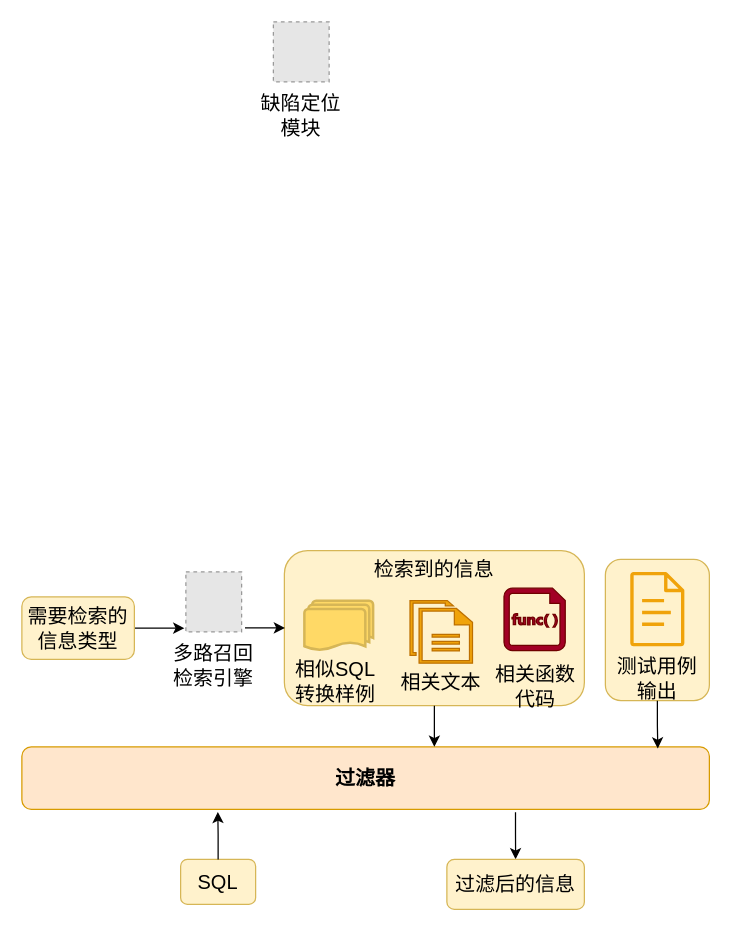
The draw.io diagram drawioFile/filter.drawio in Olive-2019/drawio-source, before the edit. Source tidied: cells renumbered, new cells numbered last; positions are measured from the earlier drawing's top-left corner, leaving out a move shared by most shapes. Both pictures are drawn from the tidied source at 125%, with x=0, y=0 at pixel (21, 21). Pictures stored in the file or linked from it are replaced by grey dashed boxes.
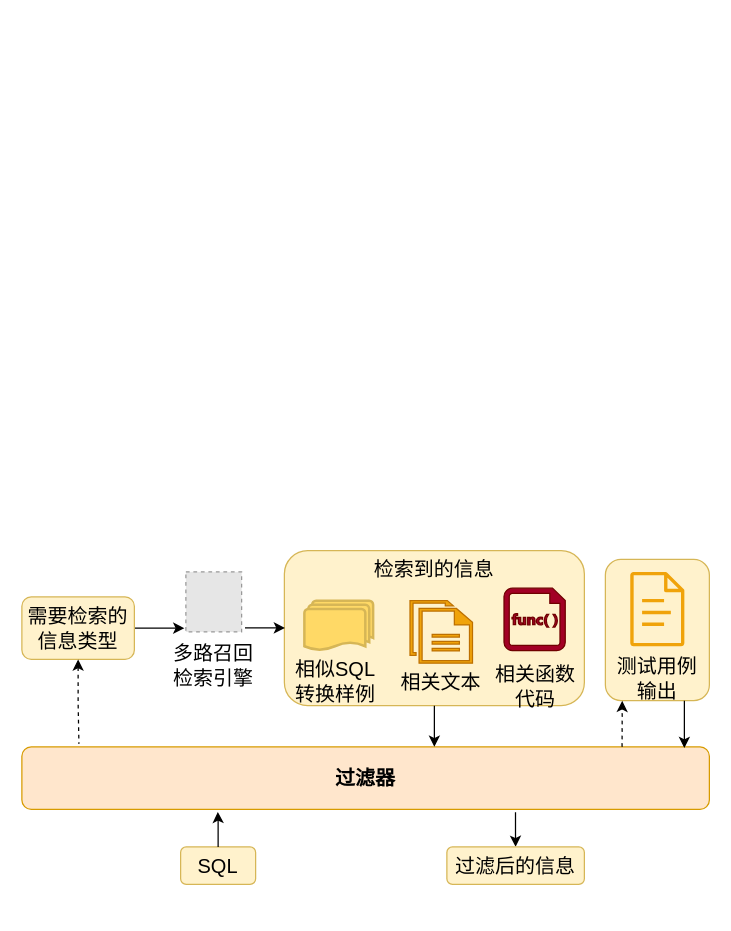
After the change.

Unchanged cells that the change refers to:
```xml
<mxCell id="2" style="rounded=1;whiteSpace=wrap;html=1;fillColor=#fff2cc;strokeColor=#d6b656;" parent="1" vertex="1">
  <mxGeometry x="466.8" y="430" width="83.2" height="113" as="geometry" />
</mxCell>
<mxCell id="7" value="过滤器" style="rounded=1;whiteSpace=wrap;html=1;fontSize=16;fillColor=#ffe6cc;strokeColor=#d79b00;fontStyle=1;" parent="1" vertex="1">
  <mxGeometry y="580" width="550" height="50" as="geometry" />
</mxCell>
<mxCell id="13" value="&lt;font size=&quot;3&quot;&gt;需要检索的信息类型&lt;/font&gt;" style="rounded=1;whiteSpace=wrap;html=1;fillColor=#fff2cc;strokeColor=#d6b656;" parent="1" vertex="1">
  <mxGeometry y="460" width="90" height="50" as="geometry" />
</mxCell>
<mxCell id="27" value="测试用例&lt;div&gt;输出&lt;/div&gt;" style="text;html=1;align=center;verticalAlign=middle;whiteSpace=wrap;rounded=0;fontSize=16;" parent="1" vertex="1">
  <mxGeometry x="471.9" y="510" width="73" height="30" as="geometry" />
</mxCell>
```

Diff of the diagram source:
```diff
@@
-    <mxCell id="8" style="group;strokeColor=none;dashed=1;strokeWidth=2;" parent="1" vertex="1">
-      <mxGeometry x="190" width="67" height="90" as="geometry" />
-    </mxCell>
-    <mxCell id="9" style="fillColor=#E6E6E6;strokeColor=#999999;dashed=1;verticalLabelPosition=bottom;labelBackgroundColor=default;verticalAlign=top;" parent="8" vertex="1">
-      <mxGeometry x="11.2" width="44.6" height="48" as="geometry" />
-    </mxCell>
-    <mxCell id="10" value="缺陷定位模块" style="text;html=1;align=center;verticalAlign=middle;whiteSpace=wrap;rounded=0;fontSize=16;" parent="8" vertex="1">
-      <mxGeometry y="60" width="67" height="30" as="geometry" />
-    </mxCell>
     <mxCell id="11" value="&lt;span style=&quot;font-size: 16px;&quot;&gt;SQL&lt;/span&gt;" style="rounded=1;whiteSpace=wrap;html=1;fillColor=#fff2cc;strokeColor=#d6b656;" parent="1" vertex="1">
-      <mxGeometry x="127" y="670" width="60" height="36" as="geometry" />
+      <mxGeometry x="127" y="660" width="60" height="30" as="geometry" />
     </mxCell>
@@
-    <mxCell id="30" style="edgeStyle=orthogonalEdgeStyle;rounded=0;jettySize=auto;html=1;entryX=0.925;entryY=0.026;entryDx=0;entryDy=0;entryPerimeter=0;" parent="1" edge="1" source="2" target="7">
-      <mxGeometry relative="1" as="geometry" />
+    <mxCell id="30" style="edgeStyle=orthogonalEdgeStyle;rounded=0;jettySize=auto;html=1;" parent="1" edge="1" source="2">
+      <mxGeometry relative="1" as="geometry">
+        <mxPoint x="530" y="581" as="targetPoint" />
+        <Array as="points">
+          <mxPoint x="530" y="562" />
+          <mxPoint x="530" y="562" />
+        </Array>
+      </mxGeometry>
     </mxCell>
     <mxCell id="31" value="过滤后的信息" style="rounded=1;whiteSpace=wrap;html=1;fillColor=#fff2cc;strokeColor=#d6b656;fontSize=16;" parent="1" vertex="1">
-      <mxGeometry x="340" y="670" width="110" height="40" as="geometry" />
+      <mxGeometry x="340" y="660" width="110" height="30" as="geometry" />
     </mxCell>
+    <mxCell id="32" style="edgeStyle=orthogonalEdgeStyle;rounded=0;jettySize=auto;html=1;entryX=0.083;entryY=-0.048;entryDx=0;entryDy=0;entryPerimeter=0;startArrow=classic;startFill=1;dashed=1;endArrow=none;endFill=0;" parent="1" edge="1" source="13" target="7">
+      <mxGeometry relative="1" as="geometry" />
+    </mxCell>
+    <mxCell id="33" style="edgeStyle=orthogonalEdgeStyle;rounded=0;jettySize=auto;html=1;entryX=0.115;entryY=1.105;entryDx=0;entryDy=0;entryPerimeter=0;exitX=0.873;exitY=0;exitDx=0;exitDy=0;exitPerimeter=0;dashed=1;" parent="1" edge="1" source="7" target="27">
+      <mxGeometry relative="1" as="geometry" />
+    </mxCell>
```
